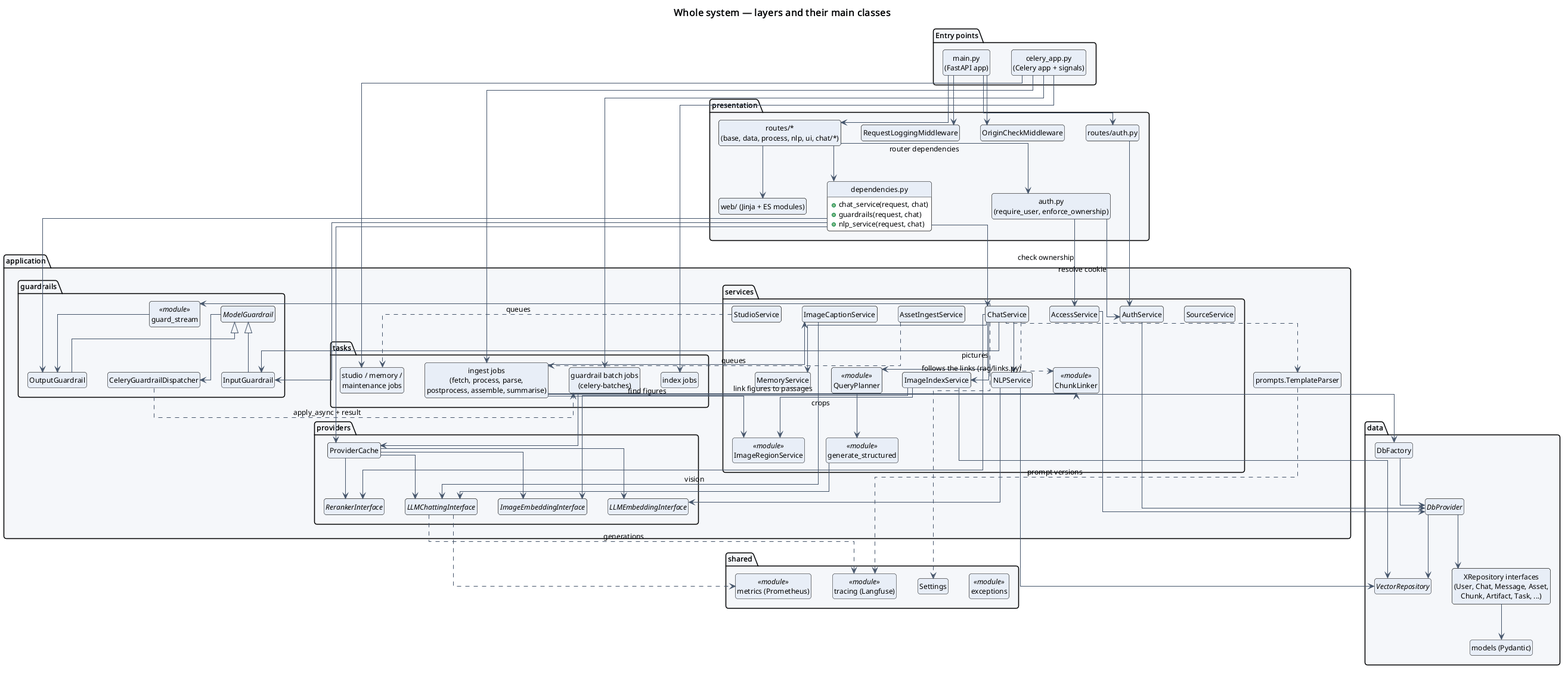
Before: software_engineering/4_class_diagrams/system_overview.png, a diagram exported from PlantUML (omarTBakr/notebookllm-minus). Source of this version:
```plantuml
@startuml
!include ../_style.iuml
title Whole system — layers and their main classes
skinparam linetype ortho
allowmixing

package "Entry points" {
  class "main.py\n(FastAPI app)" as Main
  class "celery_app.py\n(Celery app + signals)" as CeleryApp
}

package "presentation" {
  class "routes/*\n(base, data, process, nlp, ui, chat/*)" as Routes
  class "dependencies.py" as Deps {
    +chat_service(request, chat)
    +guardrails(request, chat)
    +nlp_service(request, chat)
  }
  class "RequestLoggingMiddleware" as MW
  class "OriginCheckMiddleware" as OCM
  class "auth.py\n(require_user, enforce_ownership)" as AuthDeps
  class "routes/auth.py" as AuthRoutes
  class "web/ (Jinja + ES modules)" as Web
}

package "application" {
  package "services" {
    class AuthService
    class AccessService
    class ChatService
    class QueryPlanner <<module>>
    class NLPService
    class ImageIndexService
    class ImageCaptionService
    class "ImageRegionService" as IRS <<module>>
    class "ChunkLinker" as Linker <<module>>
    class MemoryService
    class StudioService
    class AssetIngestService
    class SourceService
    class "generate_structured" as SG <<module>>
  }
  package "guardrails" {
    abstract class ModelGuardrail
    class InputGuardrail
    class OutputGuardrail
    class "guard_stream" as GS <<module>>
    class CeleryGuardrailDispatcher
  }
  package "providers" {
    class ProviderCache
    interface LLMChattingInterface
    interface LLMEmbeddingInterface
    interface RerankerInterface
    interface ImageEmbeddingInterface
  }
  package "tasks" {
    class "ingest jobs\n(fetch, process, parse,\npostprocess, assemble, summarise)" as IngestJobs
    class "index jobs" as IndexJobs
    class "studio / memory /\nmaintenance jobs" as OtherJobs
    class "guardrail batch jobs\n(celery-batches)" as GuardJobs
  }
  class "prompts.TemplateParser" as TP
}

package "data" {
  class DbFactory
  abstract class DbProvider
  interface VectorRepository
  class "XRepository interfaces\n(User, Chat, Message, Asset,\nChunk, Artifact, Task, ...)" as Repos
  class "models (Pydantic)" as Models
}

package "shared" {
  class Settings
  class "tracing (Langfuse)" as Tracing <<module>>
  class "metrics (Prometheus)" as Metrics <<module>>
  class "exceptions" as Exc <<module>>
}

Main --> Routes
Main --> MW
Main --> OCM
Main --> AuthRoutes
Routes --> AuthDeps : router dependencies
AuthDeps --> AuthService : resolve cookie
AuthDeps --> AccessService : check ownership
AuthRoutes --> AuthService
AuthService --> DbProvider
AccessService --> DbProvider
Routes --> Deps
Deps --> ChatService
Deps --> InputGuardrail
Deps --> OutputGuardrail
Deps --> ProviderCache
Routes --> Web

ChatService --> QueryPlanner
ChatService --> NLPService
ChatService --> MemoryService
ChatService --> RerankerInterface
ChatService --> InputGuardrail
ChatService --> GS
GS --> OutputGuardrail
ModelGuardrail <|-- InputGuardrail
ModelGuardrail <|-- OutputGuardrail
ModelGuardrail --> CeleryGuardrailDispatcher
CeleryGuardrailDispatcher ..> GuardJobs : apply_async + result
QueryPlanner --> SG
SG --> LLMChattingInterface
ProviderCache --> LLMChattingInterface
ProviderCache --> LLMEmbeddingInterface
ProviderCache --> RerankerInterface
NLPService --> LLMEmbeddingInterface
NLPService --> VectorRepository
ChatService --> ImageIndexService : pictures
ImageIndexService --> ImageEmbeddingInterface
ImageIndexService --> VectorRepository
ImageIndexService --> IRS : crops
ProviderCache --> ImageEmbeddingInterface
IngestJobs --> ImageCaptionService
IngestJobs --> IRS : find figures
IngestJobs --> Linker : link figures to passages
ChatService ..> Linker : follows the links (rag/links.py)
ImageCaptionService --> LLMChattingInterface : vision

CeleryApp --> IngestJobs
CeleryApp --> IndexJobs
CeleryApp --> OtherJobs
CeleryApp --> GuardJobs
AssetIngestService ..> IngestJobs : queues
StudioService ..> OtherJobs : queues
IngestJobs --> DbFactory
GuardJobs --> ProviderCache

DbFactory --> DbProvider
DbProvider --> Repos
DbProvider --> VectorRepository
Repos --> Models

ChatService ..> TP
TP ..> Tracing : prompt versions
LLMChattingInterface ..> Tracing : generations
LLMChattingInterface ..> Metrics
ChatService ..> Settings
@enduml
```
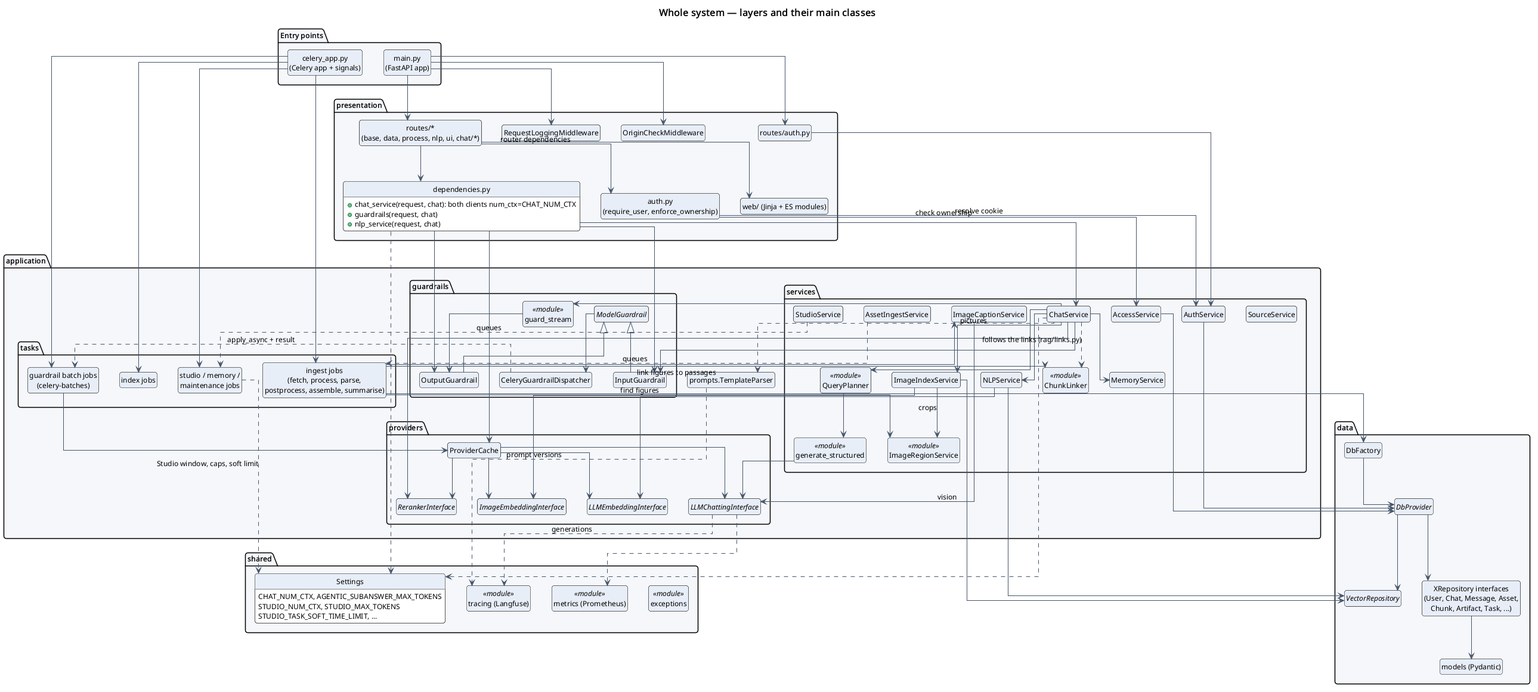
Later version of the same file.

What changed in the source:
```diff
@@ -12,7 +12,7 @@
 package "presentation" {
   class "routes/*\n(base, data, process, nlp, ui, chat/*)" as Routes
   class "dependencies.py" as Deps {
-    +chat_service(request, chat)
+    +chat_service(request, chat): both clients num_ctx=CHAT_NUM_CTX
     +guardrails(request, chat)
     +nlp_service(request, chat)
   }
@@ -72,7 +72,11 @@
 }
 
 package "shared" {
-  class Settings
+  class Settings {
+    CHAT_NUM_CTX, AGENTIC_SUBANSWER_MAX_TOKENS
+    STUDIO_NUM_CTX, STUDIO_MAX_TOKENS
+    STUDIO_TASK_SOFT_TIME_LIMIT, ...
+  }
   class "tracing (Langfuse)" as Tracing <<module>>
   class "metrics (Prometheus)" as Metrics <<module>>
   class "exceptions" as Exc <<module>>
@@ -143,4 +147,6 @@
 LLMChattingInterface ..> Tracing : generations
 LLMChattingInterface ..> Metrics
 ChatService ..> Settings
+Deps ..> Settings
+OtherJobs ..> Settings : Studio window, caps, soft limit
 @enduml
```
